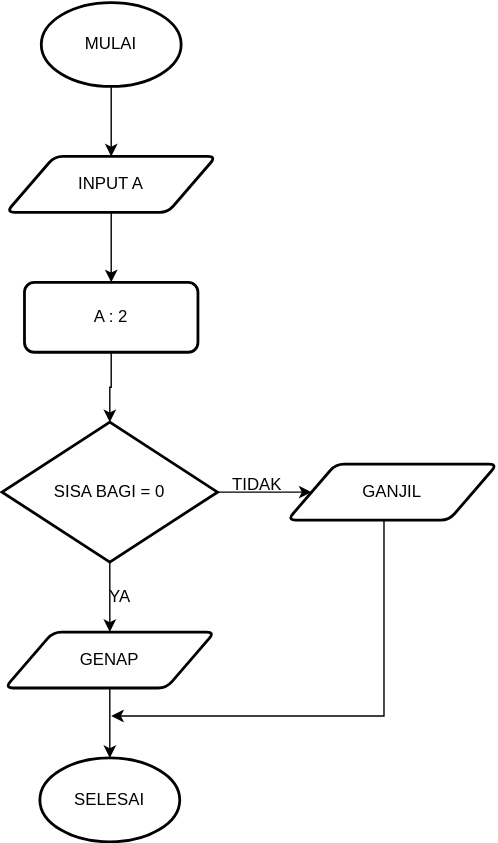
AzhariZulfi/Algo-C-23241098 keeps this draw.io diagram as Diagram Bilangan Ganjil-Genap.drawio.svg. Above is the earlier version. Source tidied: cells renumbered, new cells last; positions are measured from the earlier drawing's top-left corner, leaving out a move shared by most shapes.
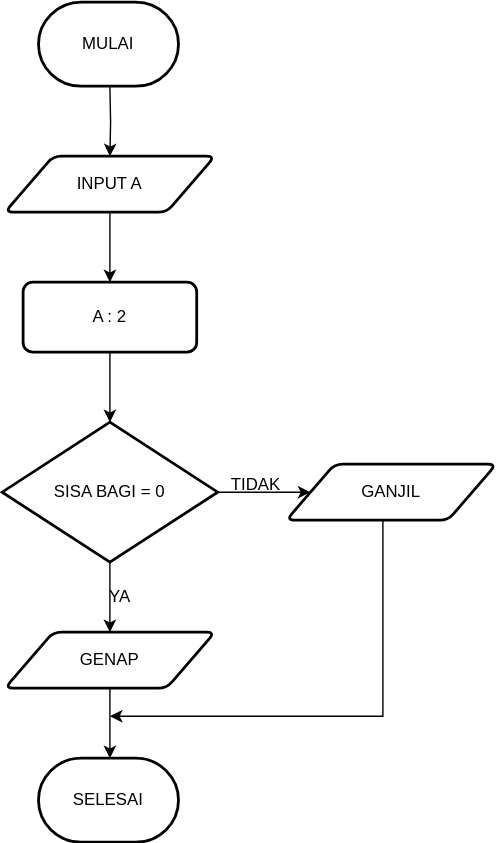
The same file after the commit.

Change to the diagram source:
```diff
@@ -2,12 +2,11 @@
   <root>
     <mxCell id="0" />
     <mxCell id="1" parent="0" />
-    <mxCell id="2" style="edgeStyle=orthogonalEdgeStyle;rounded=0;jettySize=auto;html=1;" parent="1" edge="1" source="3" target="5">
-      <mxGeometry relative="1" as="geometry" />
+    <mxCell id="2" style="edgeStyle=orthogonalEdgeStyle;rounded=0;jettySize=auto;html=1;" parent="1" edge="1" target="5">
+      <mxGeometry relative="1" as="geometry">
+        <mxPoint x="78" y="60" as="sourcePoint" />
+      </mxGeometry>
     </mxCell>
-    <mxCell id="3" value="MULAI" style="strokeWidth=2;html=1;shape=mxgraph.flowchart.start_2;whiteSpace=wrap;" parent="1" vertex="1">
-      <mxGeometry x="28" width="100" height="60" as="geometry" />
-    </mxCell>
     <mxCell id="4" style="edgeStyle=orthogonalEdgeStyle;rounded=0;jettySize=auto;html=1;" parent="1" edge="1" source="5" target="7">
       <mxGeometry relative="1" as="geometry" />
     </mxCell>
@@ -27,13 +26,15 @@
       <mxGeometry relative="1" as="geometry" />
     </mxCell>
     <mxCell id="10" value="SISA BAGI = 0" style="strokeWidth=2;html=1;shape=mxgraph.flowchart.decision;whiteSpace=wrap;" parent="1" vertex="1">
-      <mxGeometry y="300" width="154" height="100" as="geometry" />
+      <mxGeometry x="1" y="300" width="154" height="100" as="geometry" />
     </mxCell>
-    <mxCell id="11" style="edgeStyle=orthogonalEdgeStyle;rounded=0;jettySize=auto;html=1;" parent="1" edge="1" source="12" target="15">
-      <mxGeometry relative="1" as="geometry" />
+    <mxCell id="11" style="edgeStyle=orthogonalEdgeStyle;rounded=0;jettySize=auto;html=1;" parent="1" edge="1" source="12">
+      <mxGeometry relative="1" as="geometry">
+        <mxPoint x="78" y="540" as="targetPoint" />
+      </mxGeometry>
     </mxCell>
     <mxCell id="12" value="GENAP" style="shape=parallelogram;html=1;strokeWidth=2;perimeter=parallelogramPerimeter;whiteSpace=wrap;rounded=1;arcSize=12;size=0.23;" parent="1" vertex="1">
-      <mxGeometry x="2" y="450" width="150" height="40" as="geometry" />
+      <mxGeometry x="3" y="450" width="150" height="40" as="geometry" />
     </mxCell>
     <mxCell id="13" style="edgeStyle=orthogonalEdgeStyle;rounded=0;orthogonalLoop=1;jettySize=auto;html=1;" parent="1" edge="1">
       <mxGeometry relative="1" as="geometry">
@@ -47,14 +48,17 @@
     <mxCell id="14" value="GANJIL" style="shape=parallelogram;html=1;strokeWidth=2;perimeter=parallelogramPerimeter;whiteSpace=wrap;rounded=1;arcSize=12;size=0.23;" parent="1" vertex="1">
       <mxGeometry x="204" y="330" width="150" height="40" as="geometry" />
     </mxCell>
-    <mxCell id="15" value="SELESAI" style="strokeWidth=2;html=1;shape=mxgraph.flowchart.start_2;whiteSpace=wrap;" parent="1" vertex="1">
-      <mxGeometry x="27" y="540" width="100" height="60" as="geometry" />
-    </mxCell>
     <mxCell id="16" value="YA" style="text;html=1;align=center;verticalAlign=middle;strokeColor=none;fillColor=none;" parent="1" vertex="1">
-      <mxGeometry x="64" y="410" width="40" height="30" as="geometry" />
+      <mxGeometry x="65" y="410" width="40" height="30" as="geometry" />
     </mxCell>
     <mxCell id="17" value="TIDAK" style="text;html=1;align=center;verticalAlign=middle;strokeColor=none;fillColor=none;" parent="1" vertex="1">
       <mxGeometry x="152" y="330" width="60" height="30" as="geometry" />
     </mxCell>
+    <mxCell id="3" value="MULAI" style="strokeWidth=2;html=1;shape=mxgraph.flowchart.terminator;whiteSpace=wrap;" parent="1" vertex="1">
+      <mxGeometry x="27" width="100" height="60" as="geometry" />
+    </mxCell>
+    <mxCell id="15" value="SELESAI" style="strokeWidth=2;html=1;shape=mxgraph.flowchart.terminator;whiteSpace=wrap;" parent="1" vertex="1">
+      <mxGeometry x="27" y="540" width="100" height="60" as="geometry" />
+    </mxCell>
   </root>
 </mxGraphModel>
```
